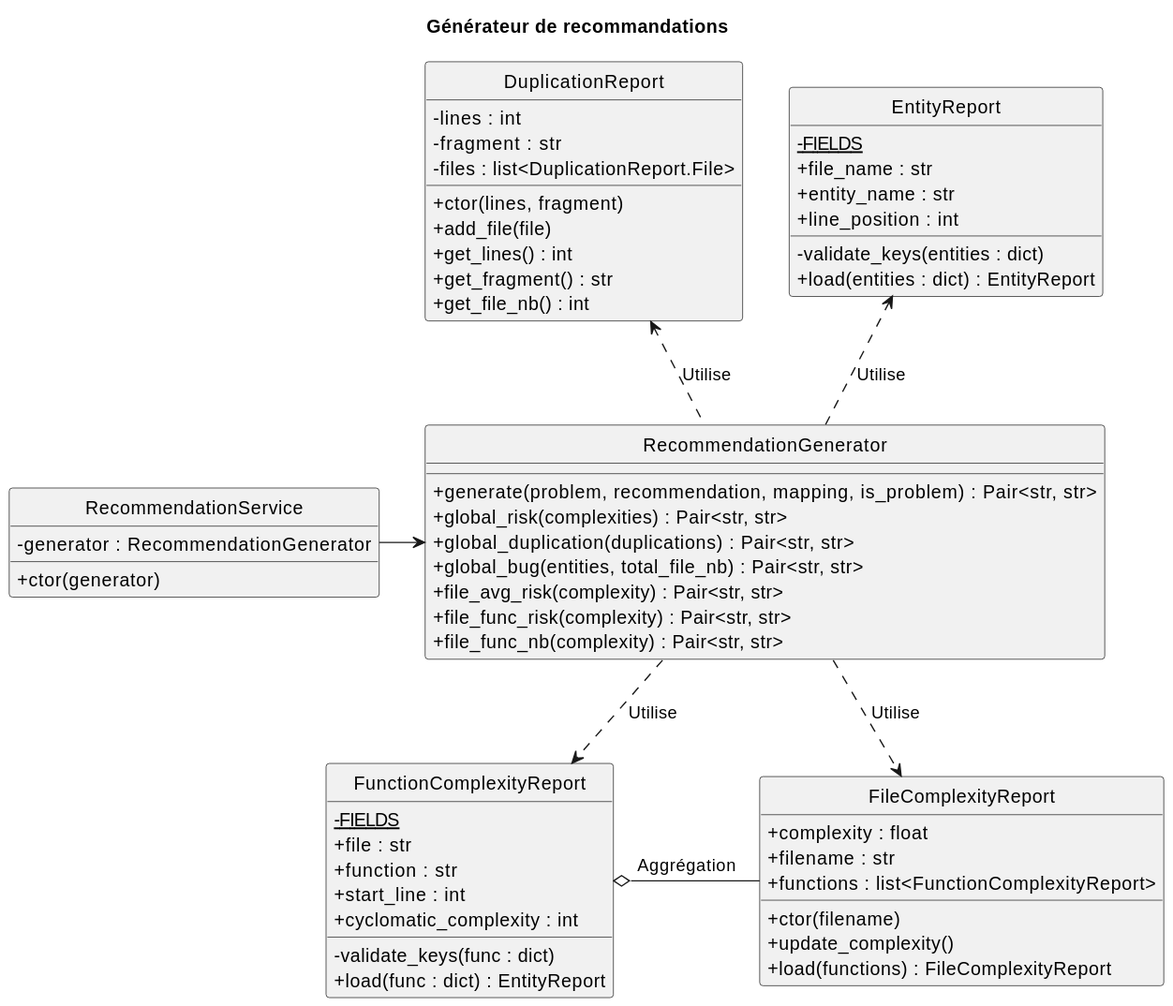
Above: doc/wiki/puml/recomm_generator.svg in CAMaji/technical_debts (PlantUML), before the change.
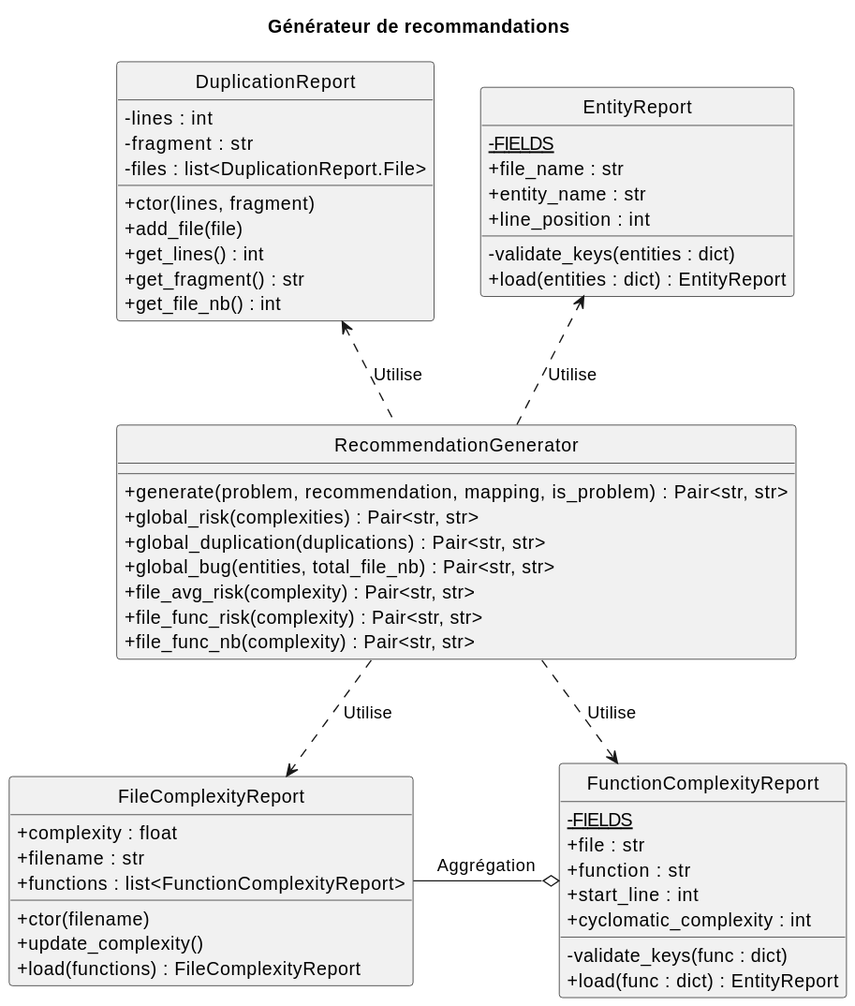
After the commit.

Commit message:
modif doc recomm : ajout generateur recomm + modif diagrammes

Change to the diagram source:
```diff
@@ -2,11 +2,6 @@
 hide circle
 skinparam classAttributeIconSize 0
 title Générateur de recommandations
-
-class RecommendationService {
-    - generator : RecommendationGenerator
-    + ctor(generator)
-}
 
 class RecommendationGenerator {
     + generate(problem, recommendation, mapping, is_problem) : Pair<str, str>
@@ -58,10 +53,9 @@
     + get_file_nb() : int
 }
 
-RecommendationService -right-> RecommendationGenerator
 RecommendationGenerator .up.> EntityReport : "Utilise"
 RecommendationGenerator .down.> FileComplexityReport : "Utilise"
 RecommendationGenerator .down.> FunctionComplexityReport : "Utilise"
 RecommendationGenerator .up.> DuplicationReport : "Utilise"
-FileComplexityReport -left-o FunctionComplexityReport: "Aggrégation"
+FileComplexityReport -right-o FunctionComplexityReport: "Aggrégation"
 @enduml
```
